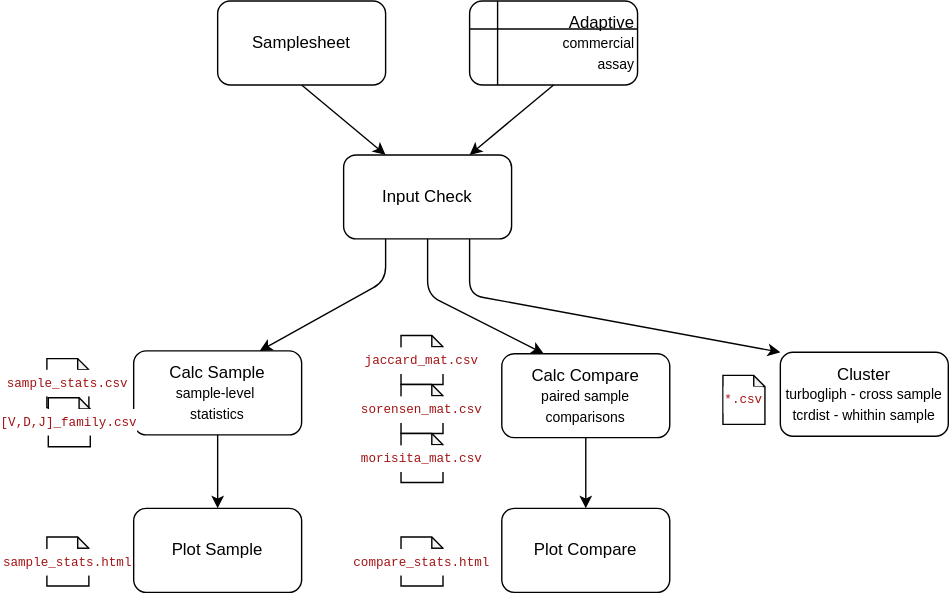
KarchinLab/TCRtoolkit-Bulk keeps this draw.io diagram as assets/diagram.svg. Above is the earlier version. Source tidied: cells renumbered, new cells last; positions are measured from the earlier drawing's top-left corner, leaving out a move shared by most shapes.
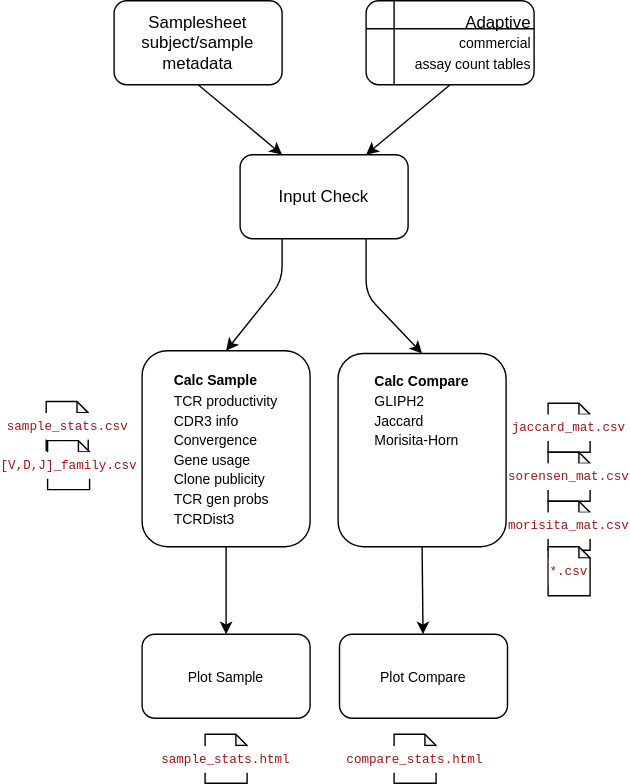
Later version of the same file.

Change to the diagram source:
```diff
@@ -5,80 +5,70 @@
     <mxCell id="2" style="edgeStyle=none;html=1;exitX=0.5;exitY=1;exitDx=0;exitDy=0;entryX=0.25;entryY=0;entryDx=0;entryDy=0;" parent="1" edge="1" source="3" target="5">
       <mxGeometry relative="1" as="geometry" />
     </mxCell>
-    <mxCell id="3" value="Samplesheet" style="rounded=1;whiteSpace=wrap;html=1;" parent="1" vertex="1">
-      <mxGeometry x="122" width="120" height="60" as="geometry" />
+    <mxCell id="3" value="Samplesheet&lt;div&gt;subject/sample&lt;/div&gt;&lt;div&gt;metadata&lt;/div&gt;" style="rounded=1;whiteSpace=wrap;html=1;" parent="1" vertex="1">
+      <mxGeometry x="144" width="120" height="60" as="geometry" />
     </mxCell>
-    <mxCell id="4" style="edgeStyle=none;html=1;entryX=0.75;entryY=0;entryDx=0;entryDy=0;exitX=0.25;exitY=1;exitDx=0;exitDy=0;" parent="1" edge="1" source="5" target="7">
+    <mxCell id="4" style="edgeStyle=none;html=1;entryX=0.5;entryY=0;entryDx=0;entryDy=0;exitX=0.25;exitY=1;exitDx=0;exitDy=0;" parent="1" edge="1" source="5" target="7">
       <mxGeometry relative="1" as="geometry">
         <Array as="points">
-          <mxPoint x="242" y="200" />
+          <mxPoint x="264" y="200" />
         </Array>
       </mxGeometry>
     </mxCell>
     <mxCell id="5" value="Input Check" style="rounded=1;whiteSpace=wrap;html=1;" parent="1" vertex="1">
-      <mxGeometry x="212" y="110" width="120" height="60" as="geometry" />
+      <mxGeometry x="234" y="110" width="120" height="60" as="geometry" />
     </mxCell>
     <mxCell id="6" style="edgeStyle=none;html=1;" parent="1" edge="1" source="7" target="20">
       <mxGeometry relative="1" as="geometry" />
     </mxCell>
-    <mxCell id="7" value="Calc Sample&lt;div&gt;&lt;font style=&quot;font-size: 10px;&quot;&gt;sample-level&amp;nbsp;&lt;/font&gt;&lt;/div&gt;&lt;div&gt;&lt;font style=&quot;font-size: 10px;&quot;&gt;statistics&lt;/font&gt;&lt;/div&gt;" style="rounded=1;whiteSpace=wrap;html=1;" parent="1" vertex="1">
-      <mxGeometry x="62" y="250" width="120" height="60" as="geometry" />
+    <mxCell id="7" value="&lt;div style=&quot;text-align: left;&quot;&gt;&lt;b style=&quot;font-size: 10px; background-color: transparent;&quot;&gt;Calc Sample&lt;/b&gt;&lt;/div&gt;&lt;div&gt;&lt;p style=&quot;language:en-US;line-height:normal;margin-top:0pt;margin-bottom:0pt;&lt;br/&gt;margin-right:0in;text-align:left;direction:ltr;unicode-bidi:embed&quot;&gt;&lt;span style=&quot;font-family: Arial; font-variant-numeric: normal; font-variant-east-asian: normal; font-variant-alternates: normal; font-variant-position: normal; color: black;&quot;&gt;&lt;font style=&quot;font-size: 10px;&quot;&gt;TCR productivity&lt;/font&gt;&lt;/span&gt;&lt;/p&gt;&lt;p style=&quot;language:en-US;line-height:normal;margin-top:0pt;margin-bottom:0pt;&lt;br/&gt;margin-right:0in;text-align:left;direction:ltr;unicode-bidi:embed&quot;&gt;&lt;span style=&quot;font-family: Arial; font-variant-numeric: normal; font-variant-east-asian: normal; font-variant-alternates: normal; font-variant-position: normal; color: black;&quot;&gt;&lt;font style=&quot;font-size: 10px;&quot;&gt;CDR3 info&lt;/font&gt;&lt;/span&gt;&lt;/p&gt;&lt;p style=&quot;language:en-US;line-height:normal;margin-top:0pt;margin-bottom:0pt;&lt;br/&gt;margin-right:0in;text-align:left;direction:ltr;unicode-bidi:embed&quot;&gt;&lt;span style=&quot;font-family: Arial; font-variant-numeric: normal; font-variant-east-asian: normal; font-variant-alternates: normal; font-variant-position: normal; color: black;&quot;&gt;&lt;font style=&quot;font-size: 10px;&quot;&gt;Convergence&lt;/font&gt;&lt;/span&gt;&lt;/p&gt;&lt;p style=&quot;language:en-US;line-height:normal;margin-top:0pt;margin-bottom:0pt;&lt;br/&gt;margin-right:0in;text-align:left;direction:ltr;unicode-bidi:embed&quot;&gt;&lt;span style=&quot;font-family: Arial; font-variant-numeric: normal; font-variant-east-asian: normal; font-variant-alternates: normal; font-variant-position: normal; color: black;&quot;&gt;&lt;font style=&quot;font-size: 10px;&quot;&gt;Gene usage&lt;/font&gt;&lt;/span&gt;&lt;/p&gt;&lt;p style=&quot;language:en-US;line-height:normal;margin-top:0pt;margin-bottom:0pt;&lt;br/&gt;margin-right:0in;text-align:left;direction:ltr;unicode-bidi:embed&quot;&gt;&lt;span style=&quot;font-family: Arial; font-variant-numeric: normal; font-variant-east-asian: normal; font-variant-alternates: normal; font-variant-position: normal; color: black;&quot;&gt;&lt;font style=&quot;font-size: 10px;&quot;&gt;Clone publicity&lt;/font&gt;&lt;/span&gt;&lt;/p&gt;&lt;p style=&quot;language:en-US;line-height:normal;margin-top:0pt;margin-bottom:0pt;&lt;br/&gt;margin-right:0in;text-align:left;direction:ltr;unicode-bidi:embed&quot;&gt;&lt;span style=&quot;font-family: Arial; font-variant-numeric: normal; font-variant-east-asian: normal; font-variant-alternates: normal; font-variant-position: normal; color: black;&quot;&gt;&lt;font style=&quot;&quot;&gt;&lt;span style=&quot;font-size: 10px;&quot;&gt;TCR gen probs&lt;/span&gt;&lt;br&gt;&lt;font style=&quot;font-size: 10px;&quot;&gt;TCRDist3&lt;/font&gt;&lt;/font&gt;&lt;/span&gt;&lt;/p&gt;&lt;/div&gt;&lt;div&gt;&lt;font style=&quot;&quot;&gt;&lt;span style=&quot;box-sizing: inherit; white-space: pre; cursor: text; transform-origin: 0px 0px; position: absolute; font-variant-ligatures: common-ligatures; left: 538.002px; top: 191.534px; font-family: sans-serif; transform: scaleX(0.996637);&quot; dir=&quot;ltr&quot; role=&quot;presentation&quot;&gt;&lt;font size=&quot;3&quot;&gt;&lt;br&gt;&lt;/font&gt;&lt;/span&gt;&lt;span style=&quot;box-sizing: inherit; white-space: pre; cursor: text; transform-origin: 0px 0px; position: absolute; font-variant-ligatures: common-ligatures; left: 538.002px; top: 209.563px; font-size: 15.009px; font-family: sans-serif; transform: scaleX(0.996589);&quot; dir=&quot;ltr&quot; role=&quot;presentation&quot;&gt;&lt;br&gt;&lt;/span&gt;&lt;/font&gt;&lt;/div&gt;" style="rounded=1;whiteSpace=wrap;html=1;" parent="1" vertex="1">
+      <mxGeometry x="164" y="250" width="120" height="140" as="geometry" />
     </mxCell>
-    <mxCell id="8" style="edgeStyle=none;html=1;" parent="1" edge="1" source="9" target="13">
+    <mxCell id="8" style="edgeStyle=none;html=1;exitX=0.5;exitY=1;exitDx=0;exitDy=0;" parent="1" edge="1" source="9" target="13">
       <mxGeometry relative="1" as="geometry" />
     </mxCell>
-    <mxCell id="9" value="&lt;div style=&quot;&quot;&gt;&lt;span style=&quot;background-color: transparent;&quot;&gt;Calc Compare&lt;/span&gt;&lt;/div&gt;&lt;div style=&quot;&quot;&gt;&lt;font style=&quot;font-size: 10px;&quot;&gt;paired sample&lt;/font&gt;&lt;/div&gt;&lt;div style=&quot;&quot;&gt;&lt;font style=&quot;font-size: 10px;&quot;&gt;comparisons&lt;/font&gt;&lt;/div&gt;" style="rounded=1;whiteSpace=wrap;html=1;align=center;" parent="1" vertex="1">
-      <mxGeometry x="325" y="252" width="120" height="60" as="geometry" />
+    <mxCell id="9" value="&lt;div style=&quot;&quot;&gt;&lt;span style=&quot;background-color: transparent;&quot;&gt;&lt;font style=&quot;font-size: 10px;&quot;&gt;&lt;b&gt;Calc Compare&lt;/b&gt;&lt;/font&gt;&lt;/span&gt;&lt;/div&gt;&lt;div style=&quot;&quot;&gt;&lt;p style=&quot;language:en-US;line-height:normal;margin-top:0pt;margin-bottom:0pt;&lt;br/&gt;margin-right:0in;text-align:left;direction:ltr;unicode-bidi:embed&quot;&gt;&lt;font style=&quot;font-size: 10px;&quot;&gt;&lt;span style=&quot;font-family: Arial; font-variant-numeric: normal; font-variant-east-asian: normal; font-variant-alternates: normal; font-variant-position: normal; color: black;&quot;&gt;GLIPH2&lt;br&gt;Jaccard&lt;br&gt;&lt;/span&gt;&lt;span style=&quot;font-family: Arial; font-variant-numeric: normal; font-variant-east-asian: normal; font-variant-alternates: normal; font-variant-position: normal; color: black;&quot;&gt;Morisita&lt;/span&gt;&lt;span style=&quot;font-family: Arial; font-variant-numeric: normal; font-variant-east-asian: normal; font-variant-alternates: normal; font-variant-position: normal; color: black;&quot;&gt;-Horn&lt;/span&gt;&lt;/font&gt;&lt;/p&gt;&lt;p style=&quot;language:en-US;line-height:normal;margin-top:0pt;margin-bottom:0pt;&lt;br/&gt;margin-right:0in;text-align:left;direction:ltr;unicode-bidi:embed&quot;&gt;&lt;font style=&quot;font-size: 10px;&quot;&gt;&lt;span style=&quot;font-family: Arial; font-variant-numeric: normal; font-variant-east-asian: normal; font-variant-alternates: normal; font-variant-position: normal; color: black;&quot;&gt;&lt;br&gt;&lt;/span&gt;&lt;/font&gt;&lt;/p&gt;&lt;p style=&quot;language:en-US;line-height:normal;margin-top:0pt;margin-bottom:0pt;&lt;br/&gt;margin-right:0in;text-align:left;direction:ltr;unicode-bidi:embed&quot;&gt;&lt;font style=&quot;font-size: 10px;&quot;&gt;&lt;span style=&quot;font-family: Arial; font-variant-numeric: normal; font-variant-east-asian: normal; font-variant-alternates: normal; font-variant-position: normal; color: black;&quot;&gt;&lt;br&gt;&lt;/span&gt;&lt;/font&gt;&lt;/p&gt;&lt;br&gt;&lt;br&gt;&lt;/div&gt;" style="rounded=1;whiteSpace=wrap;html=1;align=center;" parent="1" vertex="1">
+      <mxGeometry x="304" y="252" width="120" height="138" as="geometry" />
     </mxCell>
-    <mxCell id="10" value="Cluster&lt;div&gt;&lt;font style=&quot;font-size: 10px;&quot;&gt;turbogliph - cross sample&lt;/font&gt;&lt;/div&gt;&lt;div&gt;&lt;font style=&quot;font-size: 10px;&quot;&gt;tcrdist - whithin sample&lt;/font&gt;&lt;/div&gt;" style="rounded=1;whiteSpace=wrap;html=1;" parent="1" vertex="1">
-      <mxGeometry x="524" y="251" width="120" height="60" as="geometry" />
-    </mxCell>
     <mxCell id="11" value="&lt;div style=&quot;color: rgb(59, 59, 59); background-color: rgb(255, 255, 255); font-family: Menlo, Monaco, &amp;quot;Courier New&amp;quot;, monospace; line-height: 18px; white-space: pre;&quot;&gt;&lt;span style=&quot;color: rgb(163, 21, 21);&quot;&gt;&lt;font style=&quot;font-size: 9px;&quot;&gt;compare_stats.html&lt;/font&gt;&lt;/span&gt;&lt;/div&gt;" style="shape=note;whiteSpace=wrap;html=1;backgroundOutline=1;darkOpacity=0.05;size=8;" parent="1" vertex="1">
-      <mxGeometry x="253" y="383" width="30" height="35" as="geometry" />
+      <mxGeometry x="344" y="524" width="30" height="35" as="geometry" />
     </mxCell>
     <mxCell id="12" value="&lt;div style=&quot;color: rgb(59, 59, 59); background-color: rgb(255, 255, 255); font-family: Menlo, Monaco, &amp;quot;Courier New&amp;quot;, monospace; line-height: 18px; white-space: pre;&quot;&gt;&lt;span style=&quot;color: rgb(163, 21, 21);&quot;&gt;&lt;font style=&quot;font-size: 9px;&quot;&gt;sample_stats.html&lt;/font&gt;&lt;/span&gt;&lt;/div&gt;" style="shape=note;whiteSpace=wrap;html=1;backgroundOutline=1;darkOpacity=0.05;size=8;" parent="1" vertex="1">
-      <mxGeometry y="383" width="30" height="35" as="geometry" />
+      <mxGeometry x="209" y="524" width="30" height="35" as="geometry" />
     </mxCell>
-    <mxCell id="13" value="&lt;div style=&quot;text-align: justify;&quot;&gt;&lt;span style=&quot;background-color: transparent;&quot;&gt;Plot Compare&lt;/span&gt;&lt;/div&gt;" style="rounded=1;whiteSpace=wrap;html=1;" parent="1" vertex="1">
-      <mxGeometry x="325" y="362.5" width="120" height="60" as="geometry" />
+    <mxCell id="13" value="&lt;div style=&quot;text-align: justify;&quot;&gt;&lt;span style=&quot;background-color: transparent;&quot;&gt;&lt;font style=&quot;font-size: 10px;&quot;&gt;Plot Compare&lt;/font&gt;&lt;/span&gt;&lt;/div&gt;" style="rounded=1;whiteSpace=wrap;html=1;" parent="1" vertex="1">
+      <mxGeometry x="305" y="452.5" width="120" height="60" as="geometry" />
     </mxCell>
     <mxCell id="14" value="&lt;div style=&quot;color: rgb(59, 59, 59); background-color: rgb(255, 255, 255); font-family: Menlo, Monaco, &amp;quot;Courier New&amp;quot;, monospace; line-height: 18px; white-space: pre;&quot;&gt;&lt;span style=&quot;color: rgb(163, 21, 21);&quot;&gt;&lt;font style=&quot;font-size: 9px;&quot;&gt;jaccard_mat.csv&lt;/font&gt;&lt;/span&gt;&lt;/div&gt;" style="shape=note;whiteSpace=wrap;html=1;backgroundOutline=1;darkOpacity=0.05;size=8;" parent="1" vertex="1">
-      <mxGeometry x="253" y="239" width="30" height="35" as="geometry" />
+      <mxGeometry x="454" y="287.5" width="30" height="35" as="geometry" />
     </mxCell>
     <mxCell id="15" value="&lt;div style=&quot;color: rgb(59, 59, 59); background-color: rgb(255, 255, 255); font-family: Menlo, Monaco, &amp;quot;Courier New&amp;quot;, monospace; line-height: 18px; white-space: pre;&quot;&gt;&lt;span style=&quot;color: rgb(163, 21, 21);&quot;&gt;&lt;font style=&quot;font-size: 9px;&quot;&gt;sorensen_mat.csv&lt;/font&gt;&lt;/span&gt;&lt;/div&gt;" style="shape=note;whiteSpace=wrap;html=1;backgroundOutline=1;darkOpacity=0.05;size=8;" parent="1" vertex="1">
-      <mxGeometry x="253" y="274" width="30" height="35" as="geometry" />
+      <mxGeometry x="454" y="322.5" width="30" height="35" as="geometry" />
     </mxCell>
     <mxCell id="16" value="&lt;div style=&quot;color: rgb(59, 59, 59); background-color: rgb(255, 255, 255); font-family: Menlo, Monaco, &amp;quot;Courier New&amp;quot;, monospace; line-height: 18px; white-space: pre;&quot;&gt;&lt;span style=&quot;color: rgb(163, 21, 21);&quot;&gt;&lt;font style=&quot;font-size: 9px;&quot;&gt;morisita_mat.csv&lt;/font&gt;&lt;/span&gt;&lt;/div&gt;" style="shape=note;whiteSpace=wrap;html=1;backgroundOutline=1;darkOpacity=0.05;size=8;" parent="1" vertex="1">
-      <mxGeometry x="253" y="309" width="30" height="35" as="geometry" />
+      <mxGeometry x="454" y="357.5" width="30" height="35" as="geometry" />
     </mxCell>
     <mxCell id="17" value="&lt;div style=&quot;color: rgb(59, 59, 59); background-color: rgb(255, 255, 255); font-family: Menlo, Monaco, &amp;quot;Courier New&amp;quot;, monospace; line-height: 18px; white-space: pre;&quot;&gt;&lt;span style=&quot;color: rgb(163, 21, 21);&quot;&gt;&lt;font style=&quot;font-size: 9px;&quot;&gt;*.csv&lt;/font&gt;&lt;/span&gt;&lt;/div&gt;" style="shape=note;whiteSpace=wrap;html=1;backgroundOutline=1;darkOpacity=0.05;size=8;" parent="1" vertex="1">
-      <mxGeometry x="483" y="267.5" width="30" height="35" as="geometry" />
+      <mxGeometry x="454" y="390" width="30" height="35" as="geometry" />
     </mxCell>
-    <mxCell id="18" style="edgeStyle=none;html=1;entryX=0.25;entryY=0;entryDx=0;entryDy=0;exitX=0.5;exitY=1;exitDx=0;exitDy=0;" parent="1" edge="1" source="5" target="9">
-      <mxGeometry relative="1" as="geometry">
-        <Array as="points">
-          <mxPoint x="272" y="210" />
-        </Array>
-      </mxGeometry>
-    </mxCell>
-    <mxCell id="19" style="edgeStyle=none;html=1;exitX=0.75;exitY=1;exitDx=0;exitDy=0;entryX=0;entryY=0;entryDx=0;entryDy=0;" parent="1" edge="1" source="5" target="10">
+    <mxCell id="19" style="edgeStyle=none;html=1;exitX=0.75;exitY=1;exitDx=0;exitDy=0;entryX=0.5;entryY=0;entryDx=0;entryDy=0;" parent="1" edge="1" source="5" target="9">
       <mxGeometry relative="1" as="geometry">
         <Array as="points">
-          <mxPoint x="302" y="210" />
+          <mxPoint x="324" y="210" />
         </Array>
       </mxGeometry>
     </mxCell>
-    <mxCell id="20" value="Plot Sample" style="rounded=1;whiteSpace=wrap;html=1;" parent="1" vertex="1">
-      <mxGeometry x="62" y="362.5" width="120" height="60" as="geometry" />
+    <mxCell id="20" value="&lt;font style=&quot;font-size: 10px;&quot;&gt;Plot Sample&lt;/font&gt;" style="rounded=1;whiteSpace=wrap;html=1;" parent="1" vertex="1">
+      <mxGeometry x="164" y="452.5" width="120" height="60" as="geometry" />
     </mxCell>
     <mxCell id="21" value="&lt;div style=&quot;color: rgb(59, 59, 59); background-color: rgb(255, 255, 255); font-family: Menlo, Monaco, &amp;quot;Courier New&amp;quot;, monospace; line-height: 18px; white-space: pre;&quot;&gt;&lt;span style=&quot;color: rgb(163, 21, 21);&quot;&gt;&lt;font style=&quot;font-size: 9px;&quot;&gt;sample_stats.csv&lt;/font&gt;&lt;/span&gt;&lt;/div&gt;" style="shape=note;whiteSpace=wrap;html=1;backgroundOutline=1;darkOpacity=0.05;size=8;" parent="1" vertex="1">
-      <mxGeometry y="255.5" width="30" height="35" as="geometry" />
+      <mxGeometry x="95.5" y="286.2" width="30" height="35" as="geometry" />
     </mxCell>
     <mxCell id="22" value="&lt;div style=&quot;color: rgb(59, 59, 59); background-color: rgb(255, 255, 255); font-family: Menlo, Monaco, &amp;quot;Courier New&amp;quot;, monospace; line-height: 18px; white-space: pre;&quot;&gt;&lt;span style=&quot;color: rgb(163, 21, 21);&quot;&gt;&lt;font style=&quot;font-size: 9px;&quot;&gt;[V,D,J]_family.csv&lt;/font&gt;&lt;/span&gt;&lt;/div&gt;" style="shape=note;whiteSpace=wrap;html=1;backgroundOutline=1;darkOpacity=0.05;size=8;" parent="1" vertex="1">
-      <mxGeometry x="1" y="283.5" width="30" height="35" as="geometry" />
+      <mxGeometry x="96.5" y="314.2" width="30" height="35" as="geometry" />
     </mxCell>
-    <mxCell id="23" value="&lt;div style=&quot;&quot;&gt;&lt;span style=&quot;background-color: transparent;&quot;&gt;Adaptive&lt;/span&gt;&lt;/div&gt;&lt;div style=&quot;&quot;&gt;&lt;span style=&quot;background-color: transparent;&quot;&gt;&lt;font style=&quot;font-size: 10px;&quot;&gt;commercial&lt;/font&gt;&lt;/span&gt;&lt;/div&gt;&lt;div style=&quot;&quot;&gt;&lt;span style=&quot;background-color: transparent;&quot;&gt;&lt;font style=&quot;font-size: 10px;&quot;&gt;assay&lt;/font&gt;&lt;/span&gt;&lt;/div&gt;" style="shape=internalStorage;whiteSpace=wrap;html=1;backgroundOutline=1;align=right;rounded=1;" parent="1" vertex="1">
-      <mxGeometry x="302" width="120" height="60" as="geometry" />
+    <mxCell id="23" value="&lt;div style=&quot;&quot;&gt;&lt;span style=&quot;background-color: transparent;&quot;&gt;Adaptive&lt;/span&gt;&lt;/div&gt;&lt;div style=&quot;&quot;&gt;&lt;span style=&quot;background-color: transparent;&quot;&gt;&lt;font style=&quot;font-size: 10px;&quot;&gt;commercial&lt;/font&gt;&lt;/span&gt;&lt;/div&gt;&lt;div style=&quot;&quot;&gt;&lt;span style=&quot;background-color: transparent;&quot;&gt;&lt;font style=&quot;font-size: 10px;&quot;&gt;assay count tables&lt;/font&gt;&lt;/span&gt;&lt;/div&gt;" style="shape=internalStorage;whiteSpace=wrap;html=1;backgroundOutline=1;align=right;rounded=1;" parent="1" vertex="1">
+      <mxGeometry x="324" width="120" height="60" as="geometry" />
     </mxCell>
     <mxCell id="24" style="edgeStyle=none;html=1;exitX=0.5;exitY=1;exitDx=0;exitDy=0;entryX=0.75;entryY=0;entryDx=0;entryDy=0;" parent="1" edge="1" source="23" target="5">
       <mxGeometry relative="1" as="geometry" />
```
